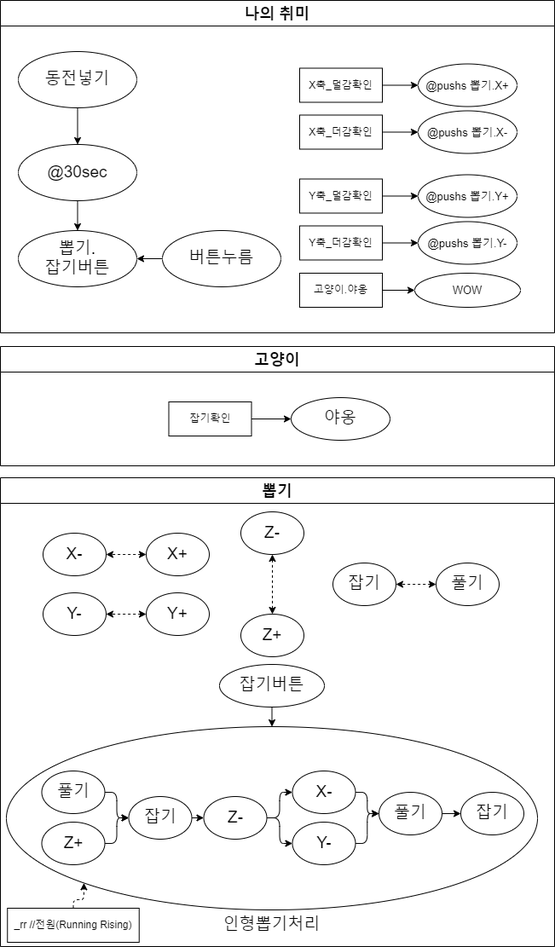
This is MySystem/png/my4.dio.png from DualsoftDev/ds, a draw.io export, as it was before one commit. Source tidied: cells renumbered, new cells last; positions are measured from the earlier drawing's top-left corner, leaving out a move shared by most shapes.
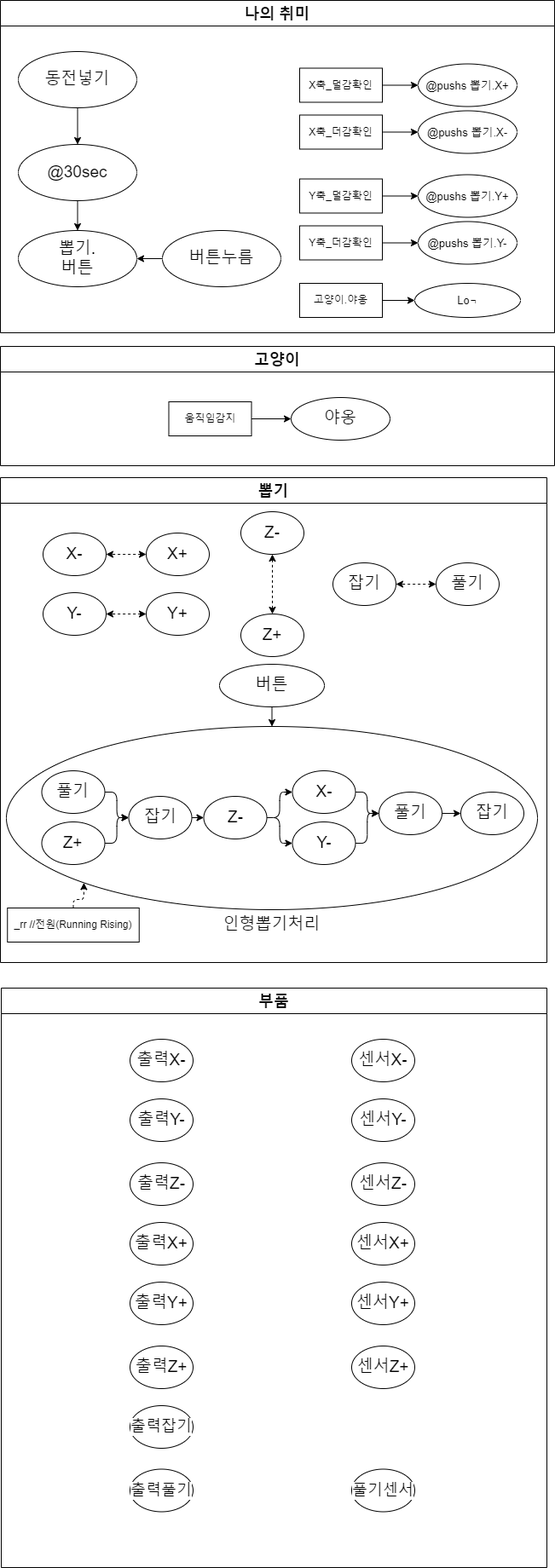
After the commit.

What changed in the source:
```diff
@@ -3,7 +3,7 @@
     <mxCell id="0" />
     <mxCell id="1" parent="0" />
     <mxCell id="2" value="뽑기" style="swimlane;labelBackgroundColor=#FFFFFF;fontColor=none;fontSize=18;startSize=30;" parent="1" vertex="1">
-      <mxGeometry y="560" width="650" height="550" as="geometry" />
+      <mxGeometry y="560" width="641" height="569" as="geometry" />
     </mxCell>
     <mxCell id="3" style="edgeStyle=orthogonalEdgeStyle;html=1;exitX=0;exitY=0.5;exitDx=0;exitDy=0;dashed=1;entryX=1;entryY=0.5;entryDx=0;entryDy=0;startArrow=classic;startFill=1;" parent="2" edge="1" source="4" target="5">
       <mxGeometry relative="1" as="geometry" />
@@ -103,7 +103,7 @@
     <mxCell id="34" value="_rr //전원(Running Rising)" style="rounded=0;whiteSpace=wrap;html=1;" parent="2" vertex="1">
       <mxGeometry x="8.2" y="505" width="154.5" height="40" as="geometry" />
     </mxCell>
-    <mxCell id="35" value="잡기버튼" style="ellipse;whiteSpace=wrap;html=1;labelBackgroundColor=#FFFFFF;fontColor=none;fontSize=19;" parent="2" vertex="1">
+    <mxCell id="35" value="버튼" style="ellipse;whiteSpace=wrap;html=1;labelBackgroundColor=#FFFFFF;fontColor=none;fontSize=19;" parent="2" vertex="1">
       <mxGeometry x="257" y="219" width="123" height="50" as="geometry" />
     </mxCell>
     <mxCell id="36" value="나의 취미" style="swimlane;labelBackgroundColor=#FFFFFF;fontColor=none;fontSize=18;startSize=30;" parent="1" vertex="1">
@@ -133,7 +133,7 @@
     <mxCell id="44" style="edgeStyle=orthogonalEdgeStyle;html=1;exitX=1;exitY=0.5;exitDx=0;exitDy=0;startArrow=none;startFill=0;" parent="36" edge="1" source="42" target="43">
       <mxGeometry relative="1" as="geometry" />
     </mxCell>
-    <mxCell id="45" value="뽑기.&lt;br&gt;잡기버튼" style="ellipse;whiteSpace=wrap;html=1;labelBackgroundColor=#FFFFFF;fontColor=none;fontSize=19;" parent="36" vertex="1">
+    <mxCell id="45" value="뽑기.&lt;br&gt;버튼" style="ellipse;whiteSpace=wrap;html=1;labelBackgroundColor=#FFFFFF;fontColor=none;fontSize=19;" parent="36" vertex="1">
       <mxGeometry x="21" y="270" width="139" height="66" as="geometry" />
     </mxCell>
     <mxCell id="46" style="edgeStyle=orthogonalEdgeStyle;html=1;exitX=0.5;exitY=1;exitDx=0;exitDy=0;entryX=0.5;entryY=0;entryDx=0;entryDy=0;startArrow=none;startFill=0;" parent="36" edge="1" source="47" target="45">
@@ -170,15 +170,15 @@
       <mxGeometry relative="1" as="geometry" />
     </mxCell>
     <mxCell id="57" value="고양이.야옹" style="rounded=0;whiteSpace=wrap;html=1;" parent="36" vertex="1">
-      <mxGeometry x="351" y="320" width="97" height="40" as="geometry" />
+      <mxGeometry x="351" y="332" width="97" height="40" as="geometry" />
     </mxCell>
-    <mxCell id="58" value="WOW" style="ellipse;whiteSpace=wrap;html=1;labelBackgroundColor=#FFFFFF;fontColor=none;fontSize=13;" parent="36" vertex="1">
-      <mxGeometry x="486" y="320" width="124" height="40" as="geometry" />
+    <mxCell id="58" value="Lo&lt;font style=&quot;font-size: 9px&quot;&gt;ㄱ&lt;/font&gt;" style="ellipse;whiteSpace=wrap;html=1;labelBackgroundColor=#FFFFFF;fontColor=none;fontSize=13;" parent="36" vertex="1">
+      <mxGeometry x="486" y="332" width="124" height="40" as="geometry" />
     </mxCell>
     <mxCell id="59" value="고양이" style="swimlane;labelBackgroundColor=#FFFFFF;fontColor=none;fontSize=18;startSize=30;" parent="1" vertex="1">
       <mxGeometry y="406" width="650" height="140" as="geometry" />
     </mxCell>
-    <mxCell id="60" value="잡기확인" style="rounded=0;whiteSpace=wrap;html=1;" parent="59" vertex="1">
+    <mxCell id="60" value="움직임감지" style="rounded=0;whiteSpace=wrap;html=1;" parent="59" vertex="1">
       <mxGeometry x="197.5" y="65" width="97" height="40" as="geometry" />
     </mxCell>
     <mxCell id="61" value="야옹" style="ellipse;whiteSpace=wrap;html=1;labelBackgroundColor=#FFFFFF;fontColor=none;fontSize=19;" parent="59" vertex="1">
@@ -187,5 +187,53 @@
     <mxCell id="62" style="edgeStyle=orthogonalEdgeStyle;html=1;exitX=1;exitY=0.5;exitDx=0;exitDy=0;startArrow=none;startFill=0;" parent="59" edge="1" source="60" target="61">
       <mxGeometry relative="1" as="geometry" />
     </mxCell>
+    <mxCell id="63" value="부품" style="swimlane;labelBackgroundColor=#FFFFFF;fontColor=none;fontSize=18;startSize=30;" parent="1" vertex="1">
+      <mxGeometry x="1" y="1159" width="640" height="680" as="geometry" />
+    </mxCell>
+    <mxCell id="64" value="출력X+" style="ellipse;whiteSpace=wrap;html=1;labelBackgroundColor=#FFFFFF;fontColor=none;fontSize=19;" parent="63" vertex="1">
+      <mxGeometry x="151" y="275" width="74" height="50" as="geometry" />
+    </mxCell>
+    <mxCell id="65" value="출력X-" style="ellipse;whiteSpace=wrap;html=1;labelBackgroundColor=#FFFFFF;fontColor=none;fontSize=19;" parent="63" vertex="1">
+      <mxGeometry x="151" y="60" width="74" height="50" as="geometry" />
+    </mxCell>
+    <mxCell id="66" value="출력Z-" style="ellipse;whiteSpace=wrap;html=1;labelBackgroundColor=#FFFFFF;fontColor=none;fontSize=19;" parent="63" vertex="1">
+      <mxGeometry x="151" y="205" width="74" height="50" as="geometry" />
+    </mxCell>
+    <mxCell id="67" value="출력Z+" style="ellipse;whiteSpace=wrap;html=1;labelBackgroundColor=#FFFFFF;fontColor=none;fontSize=19;" parent="63" vertex="1">
+      <mxGeometry x="151" y="420" width="74" height="50" as="geometry" />
+    </mxCell>
+    <mxCell id="68" value="출력풀기" style="ellipse;whiteSpace=wrap;html=1;labelBackgroundColor=#FFFFFF;fontColor=none;fontSize=18;" parent="63" vertex="1">
+      <mxGeometry x="151" y="564.5" width="74" height="50" as="geometry" />
+    </mxCell>
+    <mxCell id="69" value="출력잡기" style="ellipse;whiteSpace=wrap;html=1;labelBackgroundColor=#FFFFFF;fontColor=none;fontSize=18;" parent="63" vertex="1">
+      <mxGeometry x="151" y="490" width="74" height="50" as="geometry" />
+    </mxCell>
+    <mxCell id="70" value="출력Y+" style="ellipse;whiteSpace=wrap;html=1;labelBackgroundColor=#FFFFFF;fontColor=none;fontSize=19;" parent="63" vertex="1">
+      <mxGeometry x="151" y="345" width="74" height="50" as="geometry" />
+    </mxCell>
+    <mxCell id="71" value="출력Y-" style="ellipse;whiteSpace=wrap;html=1;labelBackgroundColor=#FFFFFF;fontColor=none;fontSize=19;" parent="63" vertex="1">
+      <mxGeometry x="151" y="130" width="74" height="50" as="geometry" />
+    </mxCell>
+    <mxCell id="72" value="센서X+" style="ellipse;whiteSpace=wrap;html=1;labelBackgroundColor=#FFFFFF;fontColor=none;fontSize=19;" parent="63" vertex="1">
+      <mxGeometry x="411" y="275" width="74" height="50" as="geometry" />
+    </mxCell>
+    <mxCell id="73" value="센서X-" style="ellipse;whiteSpace=wrap;html=1;labelBackgroundColor=#FFFFFF;fontColor=none;fontSize=19;" parent="63" vertex="1">
+      <mxGeometry x="411" y="60" width="74" height="50" as="geometry" />
+    </mxCell>
+    <mxCell id="74" value="센서Z-" style="ellipse;whiteSpace=wrap;html=1;labelBackgroundColor=#FFFFFF;fontColor=none;fontSize=19;" parent="63" vertex="1">
+      <mxGeometry x="411" y="205" width="74" height="50" as="geometry" />
+    </mxCell>
+    <mxCell id="75" value="센서Z+" style="ellipse;whiteSpace=wrap;html=1;labelBackgroundColor=#FFFFFF;fontColor=none;fontSize=19;" parent="63" vertex="1">
+      <mxGeometry x="411" y="420" width="74" height="50" as="geometry" />
+    </mxCell>
+    <mxCell id="76" value="풀기센서" style="ellipse;whiteSpace=wrap;html=1;labelBackgroundColor=#FFFFFF;fontColor=none;fontSize=18;" parent="63" vertex="1">
+      <mxGeometry x="411" y="564.5" width="74" height="50" as="geometry" />
+    </mxCell>
+    <mxCell id="77" value="센서Y+" style="ellipse;whiteSpace=wrap;html=1;labelBackgroundColor=#FFFFFF;fontColor=none;fontSize=19;" parent="63" vertex="1">
+      <mxGeometry x="411" y="345" width="74" height="50" as="geometry" />
+    </mxCell>
+    <mxCell id="78" value="센서Y-" style="ellipse;whiteSpace=wrap;html=1;labelBackgroundColor=#FFFFFF;fontColor=none;fontSize=19;" parent="63" vertex="1">
+      <mxGeometry x="411" y="130" width="74" height="50" as="geometry" />
+    </mxCell>
   </root>
 </mxGraphModel>
```
